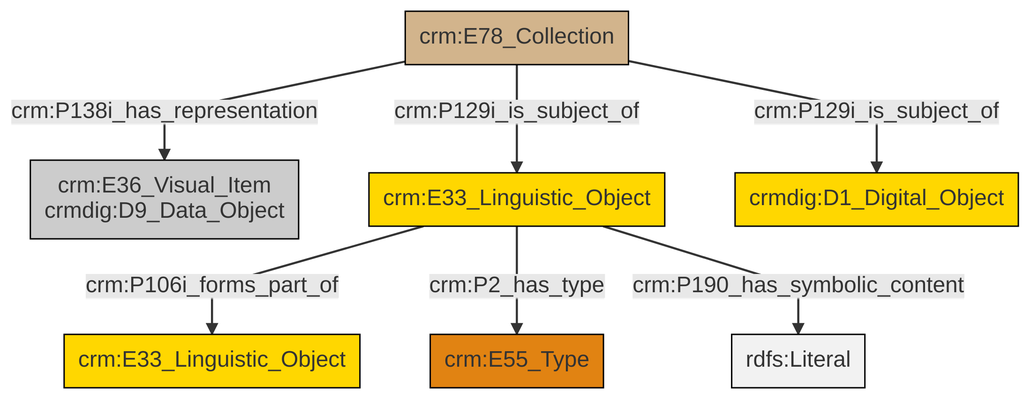
Above: et/archivalCSV/ttl/mmd/png/archival_docs.png in swiss-art-research-net/docs.swissartresearch (Mermaid), before the change. Its source is kept beside it as et/archivalCSV/ttl/mmd/archival_docs.ttl.mmd.
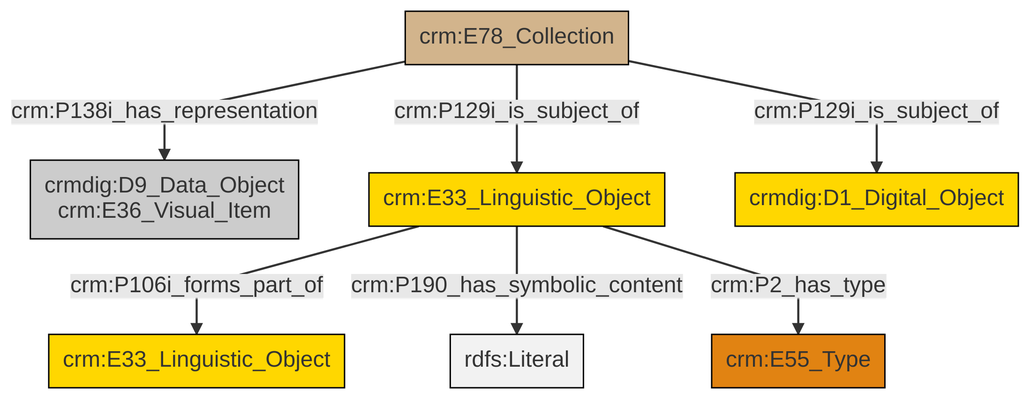
After the change.

Change to the diagram source:
```diff
@@ -13,9 +13,9 @@
 classDef PC_Classes fill:#4ce600, stroke:#000000;
 classDef Multi fill:#cccccc,stroke:#000000;
 
-0["crm:E78_Collection"]:::Physical_Thing -->|crm:P138i_has_representation| 1["crm:E36_Visual_Item<br>crmdig:D9_Data_Object"]:::Multi
-3["crm:E33_Linguistic_Object"]:::Conceptual_Object -->|crm:P106i_forms_part_of| 4["crm:E33_Linguistic_Object"]:::Conceptual_Object
-3["crm:E33_Linguistic_Object"]:::Conceptual_Object -->|crm:P2_has_type| 9["crm:E55_Type"]:::Type
-0["crm:E78_Collection"]:::Physical_Thing -->|crm:P129i_is_subject_of| 7["crmdig:D1_Digital_Object"]:::Conceptual_Object
-0["crm:E78_Collection"]:::Physical_Thing -->|crm:P129i_is_subject_of| 3["crm:E33_Linguistic_Object"]:::Conceptual_Object
-3["crm:E33_Linguistic_Object"]:::Conceptual_Object -->|crm:P190_has_symbolic_content| 14[rdfs:Literal]:::Literal
+4["crm:E33_Linguistic_Object"]:::Conceptual_Object -->|crm:P106i_forms_part_of| 5["crm:E33_Linguistic_Object"]:::Conceptual_Object
+0["crm:E78_Collection"]:::Physical_Thing -->|crm:P129i_is_subject_of| 4["crm:E33_Linguistic_Object"]:::Conceptual_Object
+4["crm:E33_Linguistic_Object"]:::Conceptual_Object -->|crm:P190_has_symbolic_content| 7[rdfs:Literal]:::Literal
+0["crm:E78_Collection"]:::Physical_Thing -->|crm:P138i_has_representation| 2["crmdig:D9_Data_Object<br>crm:E36_Visual_Item"]:::Multi
+0["crm:E78_Collection"]:::Physical_Thing -->|crm:P129i_is_subject_of| 11["crmdig:D1_Digital_Object"]:::Conceptual_Object
+4["crm:E33_Linguistic_Object"]:::Conceptual_Object -->|crm:P2_has_type| 8["crm:E55_Type"]:::Type
```
